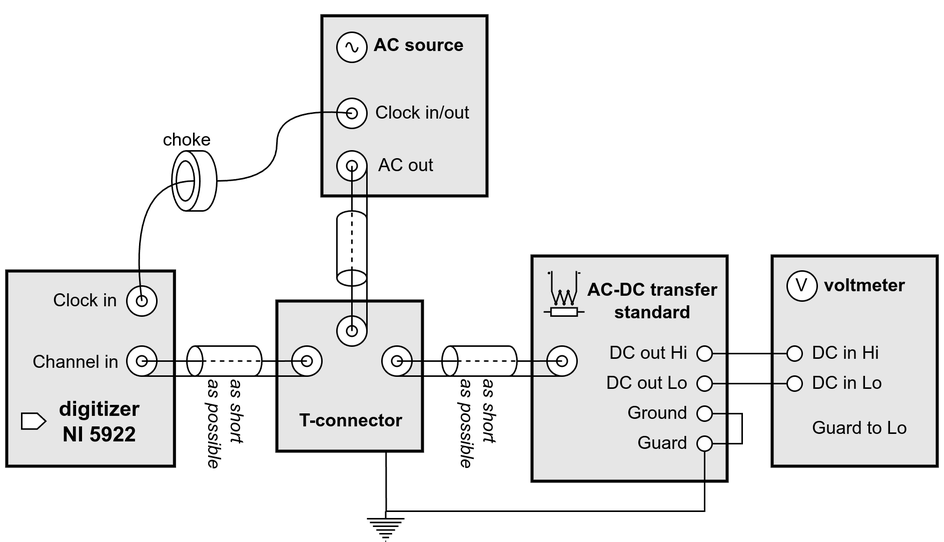
This is control_software/Filter function meter/resources/connection_schematic.drawio.png from KaeroDot/WACsw, a draw.io export, as it was before one commit. Source tidied: cells renumbered, new cells last; positions are measured from the earlier drawing's top-left corner, leaving out a move shared by most shapes.
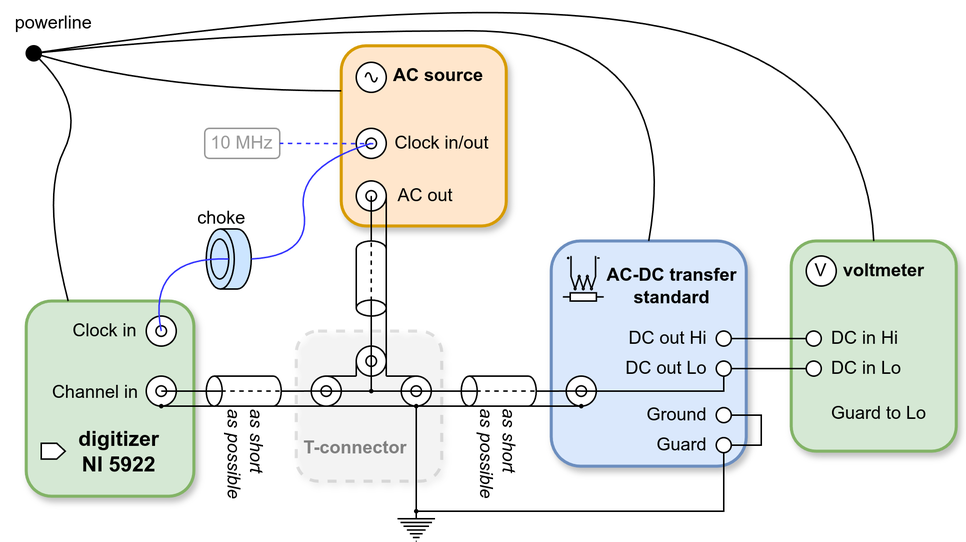
The same file after the commit.

Commit message:
fix: FFmeter: better schematic diagram

What changed in the source:
```diff
@@ -2,88 +2,91 @@
   <root>
     <mxCell id="0" />
     <mxCell id="1" parent="0" />
+    <mxCell id="89" value="&lt;font color=&quot;#999999&quot;&gt;10 MHz&lt;/font&gt;" style="rounded=1;whiteSpace=wrap;html=1;glass=0;strokeColor=#999999;" parent="1" vertex="1">
+      <mxGeometry x="123" y="65" width="50" height="20" as="geometry" />
+    </mxCell>
+    <mxCell id="10" style="rounded=1;whiteSpace=wrap;html=1;strokeWidth=2;fillColor=#f5f5f5;shadow=1;fontColor=#333333;strokeColor=#666666;dashed=1;opacity=20;" parent="1" vertex="1">
+      <mxGeometry x="184" y="200" width="97" height="100" as="geometry" />
+    </mxCell>
-    <mxCell id="2" style="group;" parent="1" vertex="1">
-      <mxGeometry x="114" y="100" width="30" height="40" as="geometry" />
+    <mxCell id="2" style="group;shadow=0;" parent="1" vertex="1">
+      <mxGeometry x="124" y="132" width="30" height="40" as="geometry" />
     </mxCell>
-    <mxCell id="3" style="shape=cylinder3;whiteSpace=wrap;html=1;boundedLbl=1;backgroundOutline=1;size=9.33333899758074;direction=north;" parent="2" vertex="1">
+    <mxCell id="3" style="shape=cylinder3;whiteSpace=wrap;html=1;boundedLbl=1;backgroundOutline=1;size=9.33333899758074;direction=north;shadow=0;fillColor=#CCE5FF;" parent="2" vertex="1">
       <mxGeometry width="30" height="40" as="geometry" />
     </mxCell>
-    <mxCell id="4" style="ellipse;whiteSpace=wrap;html=1;" parent="2" vertex="1">
+    <mxCell id="4" style="ellipse;whiteSpace=wrap;html=1;fillColor=#CCE5FF;" parent="2" vertex="1">
       <mxGeometry x="3" y="6.7" width="12" height="26.7" as="geometry" />
     </mxCell>
-    <mxCell id="5" value="&lt;div style=&quot;&quot;&gt;&lt;br&gt;&lt;/div&gt;" style="rounded=0;whiteSpace=wrap;html=1;align=center;strokeWidth=2;fillColor=#E6E6E6;" parent="1" vertex="1">
-      <mxGeometry x="354" y="170" width="130" height="150" as="geometry" />
+    <mxCell id="5" value="&lt;div style=&quot;&quot;&gt;&lt;br&gt;&lt;/div&gt;" style="rounded=1;whiteSpace=wrap;html=1;align=center;strokeWidth=2;fillColor=#dae8fc;glass=0;shadow=1;strokeColor=#6c8ebf;" parent="1" vertex="1">
+      <mxGeometry x="354" y="140" width="130" height="150" as="geometry" />
     </mxCell>
-    <mxCell id="6" style="rounded=0;whiteSpace=wrap;html=1;strokeWidth=2;fillColor=#E6E6E6;" parent="1" vertex="1">
+    <mxCell id="6" style="rounded=1;whiteSpace=wrap;html=1;strokeWidth=2;fillColor=#d5e8d4;shadow=1;strokeColor=#82b366;" parent="1" vertex="1">
       <mxGeometry x="4" y="180" width="111.8" height="130" as="geometry" />
     </mxCell>
-    <mxCell id="7" style="rounded=0;whiteSpace=wrap;html=1;strokeWidth=2;fillColor=#E6E6E6;" parent="1" vertex="1">
-      <mxGeometry x="514" y="170" width="110" height="140" as="geometry" />
+    <mxCell id="7" style="rounded=1;whiteSpace=wrap;html=1;strokeWidth=2;fillColor=#d5e8d4;glass=0;shadow=1;strokeColor=#82b366;" parent="1" vertex="1">
+      <mxGeometry x="514" y="140" width="110" height="140" as="geometry" />
     </mxCell>
-    <mxCell id="8" value="&lt;h3&gt;&lt;br&gt;&lt;/h3&gt;" style="rounded=0;whiteSpace=wrap;html=1;strokeWidth=2;fillColor=#E6E6E6;" parent="1" vertex="1">
+    <mxCell id="8" value="&lt;h3&gt;&lt;br&gt;&lt;/h3&gt;" style="rounded=1;whiteSpace=wrap;html=1;strokeWidth=2;fillColor=#ffe6cc;shadow=1;strokeColor=#d79b00;" parent="1" vertex="1">
       <mxGeometry x="214" y="10" width="110" height="120" as="geometry" />
     </mxCell>
-    <mxCell id="9" style="edgeStyle=orthogonalEdgeStyle;rounded=0;jettySize=auto;html=1;exitX=0.75;exitY=1;exitDx=0;exitDy=0;entryX=0.5;entryY=1;entryDx=0;entryDy=0;endArrow=none;endFill=0;" parent="1" edge="1" source="10" target="17">
+    <mxCell id="9" style="edgeStyle=orthogonalEdgeStyle;rounded=0;jettySize=auto;html=1;entryX=0.5;entryY=1;entryDx=0;entryDy=0;endArrow=none;endFill=0;exitX=0.5;exitY=1;exitDx=0;exitDy=0;" parent="1" edge="1" source="104" target="17">
       <mxGeometry relative="1" as="geometry">
         <Array as="points">
-          <mxPoint x="257" y="340" />
-          <mxPoint x="469" y="340" />
+          <mxPoint x="264" y="320" />
+          <mxPoint x="469" y="320" />
         </Array>
       </mxGeometry>
     </mxCell>
-    <mxCell id="10" style="rounded=0;whiteSpace=wrap;html=1;strokeWidth=2;fillColor=#E6E6E6;" parent="1" vertex="1">
-      <mxGeometry x="184" y="200" width="97" height="100" as="geometry" />
-    </mxCell>
     <mxCell id="11" style="verticalLabelPosition=bottom;shadow=0;dashed=0;align=center;html=1;verticalAlign=top;shape=mxgraph.electrical.signal_sources.source;elSignalType=ac;" parent="1" vertex="1">
       <mxGeometry x="224" y="21" width="20" height="20" as="geometry" />
     </mxCell>
     <mxCell id="12" style="verticalLabelPosition=bottom;shadow=0;dashed=0;align=center;html=1;verticalAlign=top;shape=mxgraph.electrical.signal_sources.protective_earth;" parent="1" vertex="1">
-      <mxGeometry x="244" y="340" width="25" height="20" as="geometry" />
+      <mxGeometry x="251.5" y="320" width="25" height="20" as="geometry" />
     </mxCell>
     <mxCell id="13" style="verticalLabelPosition=bottom;shadow=0;dashed=0;align=center;html=1;verticalAlign=top;strokeWidth=1;shape=ellipse;" parent="1" vertex="1">
-      <mxGeometry x="464" y="230" width="10" height="10" as="geometry" />
+      <mxGeometry x="464" y="200" width="10" height="10" as="geometry" />
     </mxCell>
     <mxCell id="14" style="verticalLabelPosition=bottom;shadow=0;dashed=0;align=center;html=1;verticalAlign=top;strokeWidth=1;shape=ellipse;" parent="1" vertex="1">
-      <mxGeometry x="464" y="250" width="10" height="10" as="geometry" />
+      <mxGeometry x="464" y="220" width="10" height="10" as="geometry" />
     </mxCell>
     <mxCell id="15" value="Channel in" style="text;html=1;align=right;verticalAlign=middle;strokeColor=none;fillColor=none;" parent="1" vertex="1">
       <mxGeometry y="226" width="80" height="30" as="geometry" />
     </mxCell>
     <mxCell id="16" style="verticalLabelPosition=bottom;shadow=0;dashed=0;align=center;html=1;verticalAlign=top;strokeWidth=1;shape=ellipse;" parent="1" vertex="1">
-      <mxGeometry x="464" y="270" width="10" height="10" as="geometry" />
+      <mxGeometry x="464" y="251" width="10" height="10" as="geometry" />
     </mxCell>
     <mxCell id="17" style="verticalLabelPosition=bottom;shadow=0;dashed=0;align=center;html=1;verticalAlign=top;strokeWidth=1;shape=ellipse;" parent="1" vertex="1">
-      <mxGeometry x="464" y="290" width="10" height="10" as="geometry" />
+      <mxGeometry x="464" y="271" width="10" height="10" as="geometry" />
     </mxCell>
     <mxCell id="18" value="Ground" style="text;html=1;align=right;verticalAlign=middle;strokeColor=none;fillColor=none;" parent="1" vertex="1">
-      <mxGeometry x="399" y="260" width="60" height="30" as="geometry" />
+      <mxGeometry x="399" y="241" width="60" height="30" as="geometry" />
     </mxCell>
     <mxCell id="19" value="&lt;div style=&quot;&quot;&gt;&lt;span style=&quot;background-color: initial;&quot;&gt;Guard&lt;/span&gt;&lt;/div&gt;" style="text;html=1;align=right;verticalAlign=middle;strokeColor=none;fillColor=none;" parent="1" vertex="1">
-      <mxGeometry x="399" y="280" width="60" height="30" as="geometry" />
+      <mxGeometry x="399" y="261" width="60" height="30" as="geometry" />
     </mxCell>
     <mxCell id="20" value="&lt;h4 style=&quot;text-align: center;&quot;&gt;&lt;span style=&quot;background-color: initial;&quot;&gt;AC-DC transfer&lt;br&gt;&lt;/span&gt;&lt;span style=&quot;background-color: initial;&quot;&gt;standard&lt;/span&gt;&lt;/h4&gt;" style="text;html=1;align=right;verticalAlign=middle;strokeColor=none;fillColor=none;" parent="1" vertex="1">
-      <mxGeometry x="369" y="165" width="110" height="70" as="geometry" />
+      <mxGeometry x="369" y="135" width="110" height="70" as="geometry" />
     </mxCell>
     <mxCell id="21" value="DC&amp;nbsp;&lt;span style=&quot;background-color: initial;&quot;&gt;out Lo&lt;/span&gt;" style="text;html=1;align=right;verticalAlign=middle;strokeColor=none;fillColor=none;" parent="1" vertex="1">
-      <mxGeometry x="379" y="240" width="80" height="30" as="geometry" />
+      <mxGeometry x="379" y="210" width="80" height="30" as="geometry" />
     </mxCell>
     <mxCell id="22" value="DC&amp;nbsp;&lt;span style=&quot;background-color: initial;&quot;&gt;in Hi&lt;/span&gt;" style="text;html=1;align=left;verticalAlign=middle;strokeColor=none;fillColor=none;" parent="1" vertex="1">
-      <mxGeometry x="539" y="220" width="70" height="30" as="geometry" />
+      <mxGeometry x="539" y="190" width="70" height="30" as="geometry" />
     </mxCell>
     <mxCell id="23" value="&lt;div style=&quot;&quot;&gt;&lt;span style=&quot;background-color: initial;&quot;&gt;Guard to Lo&lt;/span&gt;&lt;/div&gt;" style="text;html=1;align=left;verticalAlign=middle;strokeColor=none;fillColor=none;" parent="1" vertex="1">
-      <mxGeometry x="539" y="270" width="90" height="30" as="geometry" />
+      <mxGeometry x="539" y="240" width="90" height="30" as="geometry" />
     </mxCell>
     <mxCell id="24" value="DC&amp;nbsp;&lt;span style=&quot;background-color: initial;&quot;&gt;in Lo&lt;/span&gt;" style="text;html=1;align=left;verticalAlign=middle;strokeColor=none;fillColor=none;" parent="1" vertex="1">
-      <mxGeometry x="539" y="240" width="70" height="30" as="geometry" />
+      <mxGeometry x="539" y="210" width="70" height="30" as="geometry" />
     </mxCell>
     <mxCell id="25" style="verticalLabelPosition=bottom;shadow=0;dashed=0;align=center;html=1;verticalAlign=top;strokeWidth=1;shape=ellipse;" parent="1" vertex="1">
-      <mxGeometry x="524" y="230" width="10" height="10" as="geometry" />
+      <mxGeometry x="524" y="200" width="10" height="10" as="geometry" />
     </mxCell>
     <mxCell id="26" style="verticalLabelPosition=bottom;shadow=0;dashed=0;align=center;html=1;verticalAlign=top;strokeWidth=1;shape=ellipse;" parent="1" vertex="1">
-      <mxGeometry x="524" y="250" width="10" height="10" as="geometry" />
+      <mxGeometry x="524" y="220" width="10" height="10" as="geometry" />
     </mxCell>
     <mxCell id="27" value="&lt;h4 style=&quot;text-align: center;&quot;&gt;voltmeter&lt;/h4&gt;" style="text;html=1;align=right;verticalAlign=middle;strokeColor=none;fillColor=none;" parent="1" vertex="1">
-      <mxGeometry x="524" y="160" width="80" height="60" as="geometry" />
+      <mxGeometry x="524" y="130" width="80" height="60" as="geometry" />
     </mxCell>
     <mxCell id="28" style="endArrow=none;html=1;rounded=0;exitX=0;exitY=0.5;exitDx=0;exitDy=0;entryX=1;entryY=0.5;entryDx=0;entryDy=0;" parent="1" edge="1" source="25" target="13">
       <mxGeometry relative="1" as="geometry" />
@@ -94,8 +97,8 @@
     <mxCell id="30" style="endArrow=none;html=1;rounded=0;exitX=1;exitY=0.5;exitDx=0;exitDy=0;entryX=1;entryY=0.5;entryDx=0;entryDy=0;" parent="1" edge="1" source="16" target="17">
       <mxGeometry relative="1" as="geometry">
         <Array as="points">
-          <mxPoint x="494" y="275" />
-          <mxPoint x="494" y="295" />
+          <mxPoint x="494" y="256" />
+          <mxPoint x="494" y="276" />
         </Array>
       </mxGeometry>
     </mxCell>
@@ -111,11 +114,11 @@
     <mxCell id="34" value="&lt;h4 style=&quot;text-align: center;&quot;&gt;AC source&lt;/h4&gt;" style="text;html=1;align=right;verticalAlign=middle;strokeColor=none;fillColor=none;" parent="1" vertex="1">
       <mxGeometry x="230" width="80" height="60" as="geometry" />
     </mxCell>
-    <mxCell id="35" value="&lt;h4 style=&quot;text-align: center;&quot;&gt;T-connector&lt;/h4&gt;" style="text;html=1;align=right;verticalAlign=middle;strokeColor=none;fillColor=none;" parent="1" vertex="1">
-      <mxGeometry x="178.5" y="250" width="90" height="60" as="geometry" />
+    <mxCell id="35" value="&lt;h4 style=&quot;text-align: center;&quot;&gt;T-connector&lt;/h4&gt;" style="text;html=1;align=right;verticalAlign=middle;strokeColor=none;fillColor=none;fontColor=#808080;" parent="1" vertex="1">
+      <mxGeometry x="169" y="248" width="90" height="60" as="geometry" />
     </mxCell>
     <mxCell id="36" style="group;" parent="1" vertex="1">
-      <mxGeometry x="84" y="230" width="130" height="20" as="geometry" />
+      <mxGeometry x="84" y="230" width="130" height="22" as="geometry" />
     </mxCell>
     <mxCell id="37" style="edgeStyle=orthogonalEdgeStyle;rounded=0;jettySize=auto;html=1;exitX=0;exitY=1;exitDx=0;exitDy=-5.321001406069172;exitPerimeter=0;entryX=0.5;entryY=1;entryDx=0;entryDy=0;endArrow=none;endFill=0;" parent="36" edge="1" source="38" target="43">
       <mxGeometry relative="1" as="geometry" />
@@ -156,8 +159,11 @@
     <mxCell id="46" style="edgeStyle=orthogonalEdgeStyle;rounded=0;jettySize=auto;html=1;exitX=0.5;exitY=1;exitDx=0;exitDy=0;entryX=0;entryY=0;entryDx=0;entryDy=5.321001406069172;entryPerimeter=0;endArrow=none;endFill=0;" parent="36" edge="1" source="39" target="38">
       <mxGeometry relative="1" as="geometry" />
     </mxCell>
+    <mxCell id="90" style="ellipse;whiteSpace=wrap;html=1;fillColor=#000000;" parent="36" vertex="1">
+      <mxGeometry x="9" y="19" width="2" height="2" as="geometry" />
+    </mxCell>
     <mxCell id="47" style="group;" parent="1" vertex="1">
-      <mxGeometry x="254" y="230" width="130" height="20" as="geometry" />
+      <mxGeometry x="254" y="230" width="130" height="22" as="geometry" />
     </mxCell>
     <mxCell id="48" style="edgeStyle=orthogonalEdgeStyle;rounded=0;jettySize=auto;html=1;exitX=0;exitY=1;exitDx=0;exitDy=-5.321001406069172;exitPerimeter=0;entryX=0.5;entryY=1;entryDx=0;entryDy=0;endArrow=none;endFill=0;" parent="47" edge="1" source="49" target="54">
       <mxGeometry relative="1" as="geometry" />
@@ -198,6 +204,9 @@
     <mxCell id="57" style="edgeStyle=orthogonalEdgeStyle;rounded=0;jettySize=auto;html=1;exitX=0.5;exitY=1;exitDx=0;exitDy=0;entryX=0;entryY=0;entryDx=0;entryDy=5.321001406069172;entryPerimeter=0;endArrow=none;endFill=0;" parent="47" edge="1" source="50" target="49">
       <mxGeometry relative="1" as="geometry" />
     </mxCell>
+    <mxCell id="91" style="ellipse;whiteSpace=wrap;html=1;fillColor=#000000;" parent="47" vertex="1">
+      <mxGeometry x="119" y="19" width="2" height="2" as="geometry" />
+    </mxCell>
     <mxCell id="58" style="group;" parent="1" vertex="1">
       <mxGeometry x="84" y="190" width="20" height="20" as="geometry" />
     </mxCell>
@@ -264,12 +273,11 @@
         <mxPoint x="10" y="80" as="targetPoint" />
       </mxGeometry>
     </mxCell>
-    <mxCell id="77" style="curved=1;endArrow=none;html=1;rounded=0;endFill=0;entryX=0.5;entryY=0.5;entryDx=0;entryDy=0;entryPerimeter=0;" parent="1" edge="1" target="63">
+    <mxCell id="77" style="curved=1;endArrow=none;html=1;rounded=0;endFill=0;entryX=0.5;entryY=0.5;entryDx=0;entryDy=0;entryPerimeter=0;exitX=0.5;exitY=1;exitDx=0;exitDy=0;exitPerimeter=0;strokeColor=#3333FF;" parent="1" edge="1" source="3" target="63">
       <mxGeometry relative="1" as="geometry">
-        <mxPoint x="144" y="120" as="sourcePoint" />
         <Array as="points">
-          <mxPoint x="184" y="120" />
-          <mxPoint x="184" y="70" />
+          <mxPoint x="194" y="150" />
+          <mxPoint x="184" y="90" />
         </Array>
       </mxGeometry>
     </mxCell>
@@ -280,16 +288,16 @@
       <mxGeometry x="279" y="270" width="80" height="40" as="geometry" />
     </mxCell>
     <mxCell id="80" value="DC&amp;nbsp;&lt;span style=&quot;background-color: initial;&quot;&gt;out Hi&lt;/span&gt;" style="text;html=1;align=right;verticalAlign=middle;strokeColor=none;fillColor=none;" parent="1" vertex="1">
-      <mxGeometry x="379" y="220" width="80" height="30" as="geometry" />
+      <mxGeometry x="379" y="190" width="80" height="30" as="geometry" />
     </mxCell>
     <mxCell id="81" value="AC out" style="text;html=1;align=left;verticalAlign=middle;strokeColor=none;fillColor=none;" parent="1" vertex="1">
       <mxGeometry x="250" y="95" width="60" height="30" as="geometry" />
     </mxCell>
     <mxCell id="82" value="V" style="ellipse;whiteSpace=wrap;html=1;" parent="1" vertex="1">
-      <mxGeometry x="524" y="180" width="20" height="20" as="geometry" />
+      <mxGeometry x="524" y="150" width="20" height="20" as="geometry" />
     </mxCell>
     <mxCell id="83" style="group;" parent="1" vertex="1">
-      <mxGeometry x="361.7" y="180" width="27.3" height="30" as="geometry" />
+      <mxGeometry x="361.7" y="150" width="27.3" height="30" as="geometry" />
     </mxCell>
     <mxCell id="84" style="verticalLabelPosition=bottom;shadow=0;dashed=0;align=center;html=1;verticalAlign=top;shape=mxgraph.electrical.resistors.resistor_1;" parent="83" vertex="1">
       <mxGeometry y="24.5" width="27.3" height="5.5" as="geometry" />
@@ -300,16 +308,116 @@
     <mxCell id="86" style="verticalLabelPosition=bottom;shadow=0;dashed=0;align=center;html=1;verticalAlign=top;shape=mxgraph.electrical.abstract.dac;" parent="1" vertex="1">
       <mxGeometry x="14" y="274.7" width="16" height="10.5" as="geometry" />
     </mxCell>
-    <mxCell id="87" style="curved=1;endArrow=none;html=1;rounded=0;exitX=0.5;exitY=0.5;exitDx=0;exitDy=0;exitPerimeter=0;endFill=0;entryX=1;entryY=0.5;entryDx=0;entryDy=0;" parent="1" edge="1" target="4">
+    <mxCell id="87" style="curved=1;endArrow=none;html=1;rounded=0;exitX=0.5;exitY=0.5;exitDx=0;exitDy=0;exitPerimeter=0;endFill=0;entryX=1;entryY=0.5;entryDx=0;entryDy=0;strokeColor=#3333FF;" parent="1" edge="1" target="4">
       <mxGeometry relative="1" as="geometry">
         <mxPoint x="94" y="200" as="sourcePoint" />
         <Array as="points">
-          <mxPoint x="84" y="120" />
+          <mxPoint x="84" y="150" />
         </Array>
       </mxGeometry>
     </mxCell>
     <mxCell id="88" value="choke" style="text;html=1;align=center;verticalAlign=middle;strokeColor=none;fillColor=none;" parent="1" vertex="1">
-      <mxGeometry x="94" y="78" width="60" height="30" as="geometry" />
+      <mxGeometry x="104" y="110" width="60" height="30" as="geometry" />
     </mxCell>
+    <mxCell id="92" style="endArrow=none;html=1;rounded=0;" parent="1" edge="1">
+      <mxGeometry relative="1" as="geometry">
+        <mxPoint x="204" y="230" as="sourcePoint" />
+        <mxPoint x="224" y="230" as="targetPoint" />
+      </mxGeometry>
+    </mxCell>
+    <mxCell id="93" style="endArrow=none;html=1;rounded=0;entryX=0.5;entryY=0;entryDx=0;entryDy=0;" parent="1" edge="1" target="74">
+      <mxGeometry relative="1" as="geometry">
+        <mxPoint x="224" y="230" as="sourcePoint" />
+      </mxGeometry>
+    </mxCell>
+    <mxCell id="94" style="endArrow=none;html=1;rounded=0;exitX=0.5;exitY=1;exitDx=0;exitDy=0;entryX=0.5;entryY=1;entryDx=0;entryDy=0;" parent="1" edge="1" source="43" target="50">
+      <mxGeometry relative="1" as="geometry" />
+    </mxCell>
+    <mxCell id="95" style="endArrow=none;html=1;rounded=0;exitX=0.5;exitY=0;exitDx=0;exitDy=0;curved=0;jumpStyle=none;" parent="1" edge="1" source="50">
+      <mxGeometry relative="1" as="geometry">
+        <mxPoint x="244" y="230" as="targetPoint" />
+      </mxGeometry>
+    </mxCell>
+    <mxCell id="96" style="endArrow=none;html=1;rounded=0;entryX=0.5;entryY=1;entryDx=0;entryDy=0;" parent="1" edge="1" target="74">
+      <mxGeometry relative="1" as="geometry">
+        <mxPoint x="244" y="230" as="sourcePoint" />
+      </mxGeometry>
+    </mxCell>
+    <mxCell id="97" style="endArrow=none;html=1;rounded=0;exitX=0.824;exitY=0.997;exitDx=0;exitDy=0;entryX=0.5;entryY=1;entryDx=0;entryDy=0;exitPerimeter=0;" parent="1" edge="1" source="104" target="50">
+      <mxGeometry relative="1" as="geometry" />
+    </mxCell>
+    <mxCell id="98" style="endArrow=none;html=1;rounded=0;" parent="1" edge="1">
+      <mxGeometry relative="1" as="geometry">
+        <mxPoint x="204" y="240" as="sourcePoint" />
+        <mxPoint x="264" y="240" as="targetPoint" />
+      </mxGeometry>
+    </mxCell>
+    <mxCell id="99" style="endArrow=none;html=1;rounded=0;" parent="1" edge="1" source="101">
+      <mxGeometry relative="1" as="geometry">
+        <mxPoint x="234" y="240" as="targetPoint" />
+      </mxGeometry>
+    </mxCell>
+    <mxCell id="100" style="endArrow=none;html=1;rounded=0;" parent="1" edge="1" target="101">
+      <mxGeometry relative="1" as="geometry">
+        <mxPoint x="234" y="220" as="sourcePoint" />
+      </mxGeometry>
+    </mxCell>
+    <mxCell id="101" style="ellipse;whiteSpace=wrap;html=1;fillColor=#000000;" parent="1" vertex="1">
+      <mxGeometry x="233" y="239" width="2" height="2" as="geometry" />
+    </mxCell>
+    <mxCell id="102" style="endArrow=none;html=1;rounded=0;entryX=0.5;entryY=1;entryDx=0;entryDy=0;" parent="1" edge="1" target="14">
+      <mxGeometry relative="1" as="geometry">
+        <mxPoint x="374" y="240" as="sourcePoint" />
+        <Array as="points">
+          <mxPoint x="469" y="240" />
+        </Array>
+      </mxGeometry>
+    </mxCell>
+    <mxCell id="103" style="ellipse;whiteSpace=wrap;html=1;fillColor=#000000;" parent="1" vertex="1">
+      <mxGeometry x="263" y="319" width="2" height="2" as="geometry" />
+    </mxCell>
+    <mxCell id="104" style="ellipse;whiteSpace=wrap;html=1;fillColor=#000000;" parent="1" vertex="1">
+      <mxGeometry x="263" y="249" width="2" height="2" as="geometry" />
+    </mxCell>
+    <mxCell id="105" style="curved=1;endArrow=none;html=1;rounded=0;exitX=0.5;exitY=0;exitDx=0;exitDy=0;endFill=0;" parent="1" edge="1" source="5" target="110">
+      <mxGeometry relative="1" as="geometry">
+        <Array as="points">
+          <mxPoint x="444" />
+          <mxPoint x="154" />
+        </Array>
+      </mxGeometry>
+    </mxCell>
+    <mxCell id="106" style="curved=1;endArrow=none;html=1;rounded=0;exitX=0.5;exitY=0;exitDx=0;exitDy=0;endFill=0;" parent="1" edge="1" source="7" target="110">
+      <mxGeometry relative="1" as="geometry">
+        <Array as="points">
+          <mxPoint x="564" y="30" />
+          <mxPoint x="314" y="-30" />
+        </Array>
+      </mxGeometry>
+    </mxCell>
+    <mxCell id="107" style="curved=1;endArrow=none;html=1;rounded=0;exitX=0;exitY=0.25;exitDx=0;exitDy=0;endFill=0;" parent="1" edge="1" source="8" target="110">
+      <mxGeometry relative="1" as="geometry">
+        <Array as="points">
+          <mxPoint x="94" y="40" />
+        </Array>
+      </mxGeometry>
+    </mxCell>
+    <mxCell id="108" style="curved=1;endArrow=none;html=1;rounded=0;exitX=0.25;exitY=0;exitDx=0;exitDy=0;endFill=0;" parent="1" edge="1" source="6" target="110">
+      <mxGeometry relative="1" as="geometry">
+        <Array as="points">
+          <mxPoint x="14" y="110" />
+          <mxPoint x="44" y="50" />
+        </Array>
+      </mxGeometry>
+    </mxCell>
+    <mxCell id="109" style="curved=1;endArrow=none;html=1;rounded=0;exitX=0.695;exitY=0.53;exitDx=0;exitDy=0;exitPerimeter=0;dashed=1;endFill=0;entryX=1;entryY=0.5;entryDx=0;entryDy=0;strokeColor=#3333FF;" parent="1" edge="1" source="63" target="89">
+      <mxGeometry relative="1" as="geometry" />
+    </mxCell>
+    <mxCell id="110" style="ellipse;whiteSpace=wrap;html=1;fillColor=#000000;" parent="1" vertex="1">
+      <mxGeometry x="4" y="10" width="10" height="10" as="geometry" />
+    </mxCell>
+    <mxCell id="111" value="powerline" style="text;html=1;align=center;verticalAlign=middle;strokeColor=none;fillColor=none;" parent="1" vertex="1">
+      <mxGeometry x="-13" y="-20" width="70" height="30" as="geometry" />
+    </mxCell>
   </root>
 </mxGraphModel>
```
